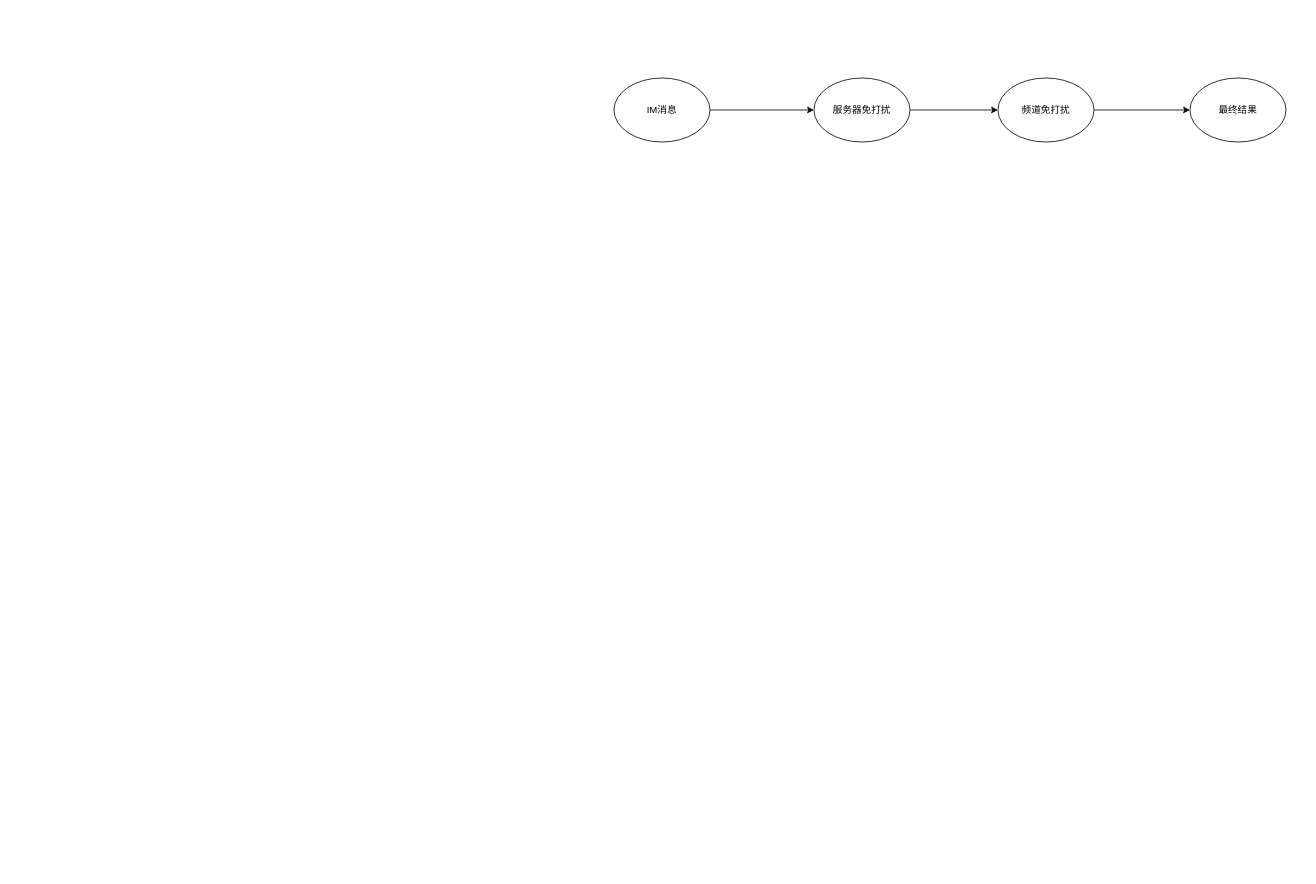
The draw.io diagram 临时文字频道红点逻辑.drawio in ccccccp/draw-io, before the edit. Source tidied: cells renumbered, new cells numbered last; positions are measured from the earlier drawing's top-left corner, leaving out a move shared by most shapes. Both pictures are drawn from the tidied source at 80%, with x=0, y=0 at pixel (614, 78).
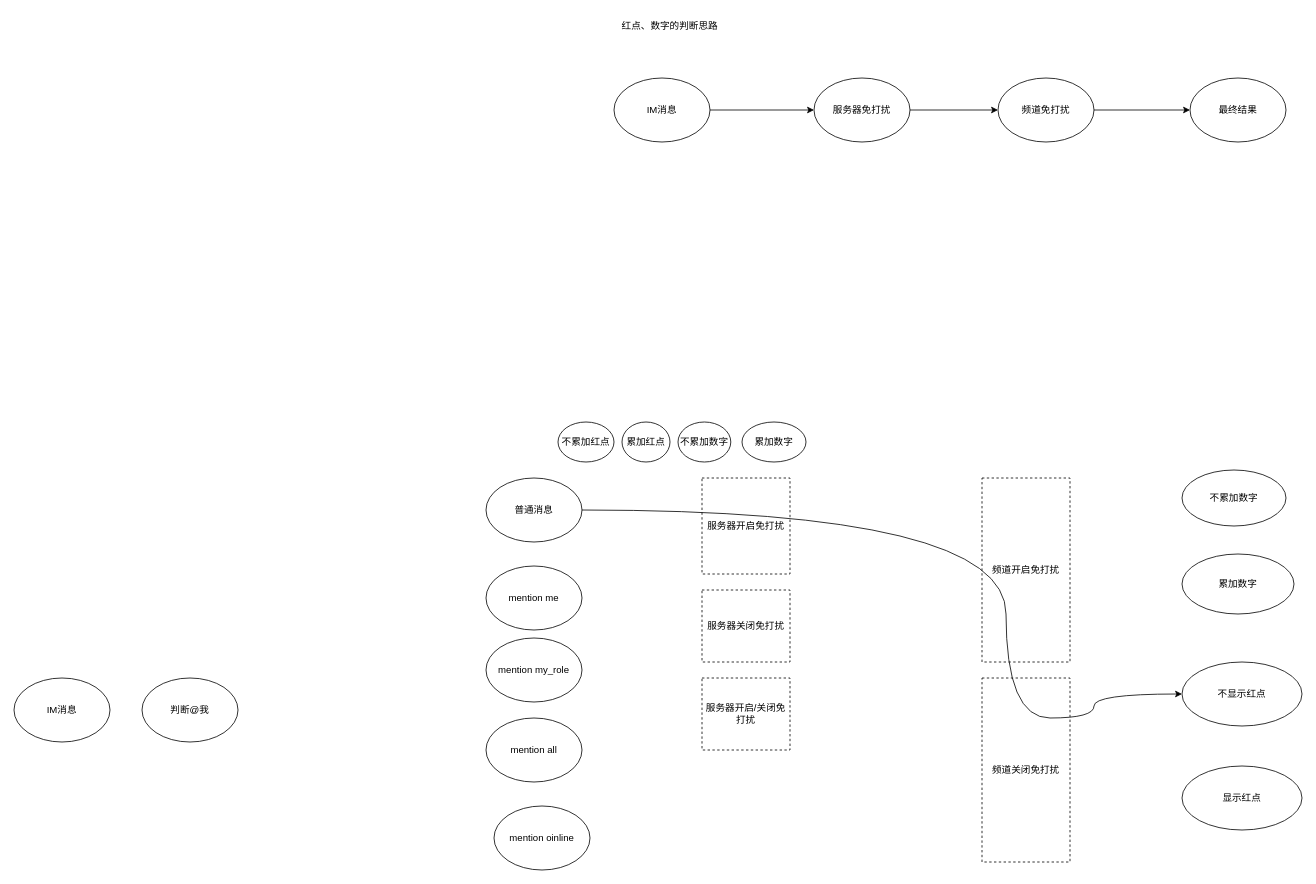
The same diagram, later.

Commit message:
更新临时文字频道红点逻辑.drawio

The edit, as a diff of the source:
```diff
@@
+    <mxCell id="9" value="服务器开启免打扰" style="rounded=0;whiteSpace=wrap;html=1;dashed=1;" parent="1" vertex="1">
+      <mxGeometry x="110" y="500" width="110" height="120" as="geometry" />
+    </mxCell>
+    <mxCell id="10" value="频道关闭免打扰" style="rounded=0;whiteSpace=wrap;html=1;dashed=1;" parent="1" vertex="1">
+      <mxGeometry x="460" y="750" width="110" height="230" as="geometry" />
+    </mxCell>
+    <mxCell id="11" value="频道开启免打扰" style="rounded=0;whiteSpace=wrap;html=1;dashed=1;" parent="1" vertex="1">
+      <mxGeometry x="460" y="500" width="110" height="230" as="geometry" />
+    </mxCell>
@@
+    <mxCell id="12" value="红点、数字的判断思路" style="text;html=1;align=center;verticalAlign=middle;whiteSpace=wrap;rounded=0;" parent="1" vertex="1">
+      <mxGeometry y="-80" width="140" height="30" as="geometry" />
+    </mxCell>
+    <mxCell id="13" value="显示红点" style="ellipse;whiteSpace=wrap;html=1;" parent="1" vertex="1">
+      <mxGeometry x="710" y="860" width="150" height="80" as="geometry" />
+    </mxCell>
+    <mxCell id="14" value="累加数字" style="ellipse;whiteSpace=wrap;html=1;" parent="1" vertex="1">
+      <mxGeometry x="710" y="595" width="140" height="75" as="geometry" />
+    </mxCell>
+    <mxCell id="15" value="不显示红点" style="ellipse;whiteSpace=wrap;html=1;" parent="1" vertex="1">
+      <mxGeometry x="710" y="730" width="150" height="80" as="geometry" />
+    </mxCell>
+    <mxCell id="16" value="不累加数字" style="ellipse;whiteSpace=wrap;html=1;" parent="1" vertex="1">
+      <mxGeometry x="710" y="490" width="130" height="70" as="geometry" />
+    </mxCell>
+    <mxCell id="17" value="IM消息" style="ellipse;whiteSpace=wrap;html=1;" parent="1" vertex="1">
+      <mxGeometry x="-750" y="750" width="120" height="80" as="geometry" />
+    </mxCell>
+    <mxCell id="18" value="判断@我" style="ellipse;whiteSpace=wrap;html=1;" parent="1" vertex="1">
+      <mxGeometry x="-590" y="750" width="120" height="80" as="geometry" />
+    </mxCell>
+    <mxCell id="19" value="mention me" style="ellipse;whiteSpace=wrap;html=1;" parent="1" vertex="1">
+      <mxGeometry x="-160" y="610" width="120" height="80" as="geometry" />
+    </mxCell>
+    <mxCell id="20" value="mention my_role" style="ellipse;whiteSpace=wrap;html=1;" parent="1" vertex="1">
+      <mxGeometry x="-160" y="700" width="120" height="80" as="geometry" />
+    </mxCell>
+    <mxCell id="21" value="mention all" style="ellipse;whiteSpace=wrap;html=1;" parent="1" vertex="1">
+      <mxGeometry x="-160" y="800" width="120" height="80" as="geometry" />
+    </mxCell>
+    <mxCell id="22" value="mention oinline" style="ellipse;whiteSpace=wrap;html=1;" parent="1" vertex="1">
+      <mxGeometry x="-150" y="910" width="120" height="80" as="geometry" />
+    </mxCell>
+    <mxCell id="23" value="累加红点" style="ellipse;whiteSpace=wrap;html=1;" parent="1" vertex="1">
+      <mxGeometry x="10" y="430" width="60" height="50" as="geometry" />
+    </mxCell>
+    <mxCell id="24" value="累加数字" style="ellipse;whiteSpace=wrap;html=1;" parent="1" vertex="1">
+      <mxGeometry x="160" y="430" width="80" height="50" as="geometry" />
+    </mxCell>
+    <mxCell id="25" value="不累加红点" style="ellipse;whiteSpace=wrap;html=1;" parent="1" vertex="1">
+      <mxGeometry x="-70" y="430" width="70" height="50" as="geometry" />
+    </mxCell>
+    <mxCell id="26" value="不累加数字" style="ellipse;whiteSpace=wrap;html=1;" parent="1" vertex="1">
+      <mxGeometry x="80" y="430" width="66" height="50" as="geometry" />
+    </mxCell>
+    <mxCell id="27" style="edgeStyle=orthogonalEdgeStyle;curved=1;rounded=0;jettySize=auto;html=1;exitX=1;exitY=0.5;exitDx=0;exitDy=0;entryX=0;entryY=0.5;entryDx=0;entryDy=0;" parent="1" edge="1" source="28" target="15">
+      <mxGeometry relative="1" as="geometry">
+        <Array as="points">
+          <mxPoint x="490" y="540" />
+          <mxPoint x="490" y="800" />
+          <mxPoint x="600" y="800" />
+          <mxPoint x="600" y="770" />
+        </Array>
+      </mxGeometry>
+    </mxCell>
+    <mxCell id="28" value="普通消息" style="ellipse;whiteSpace=wrap;html=1;" parent="1" vertex="1">
+      <mxGeometry x="-160" y="500" width="120" height="80" as="geometry" />
+    </mxCell>
+    <mxCell id="29" value="服务器关闭免打扰" style="rounded=0;whiteSpace=wrap;html=1;dashed=1;" parent="1" vertex="1">
+      <mxGeometry x="110" y="640" width="110" height="90" as="geometry" />
+    </mxCell>
+    <mxCell id="30" value="服务器开启/关闭免打扰" style="rounded=0;whiteSpace=wrap;html=1;dashed=1;" parent="1" vertex="1">
+      <mxGeometry x="110" y="750" width="110" height="90" as="geometry" />
+    </mxCell>
```
